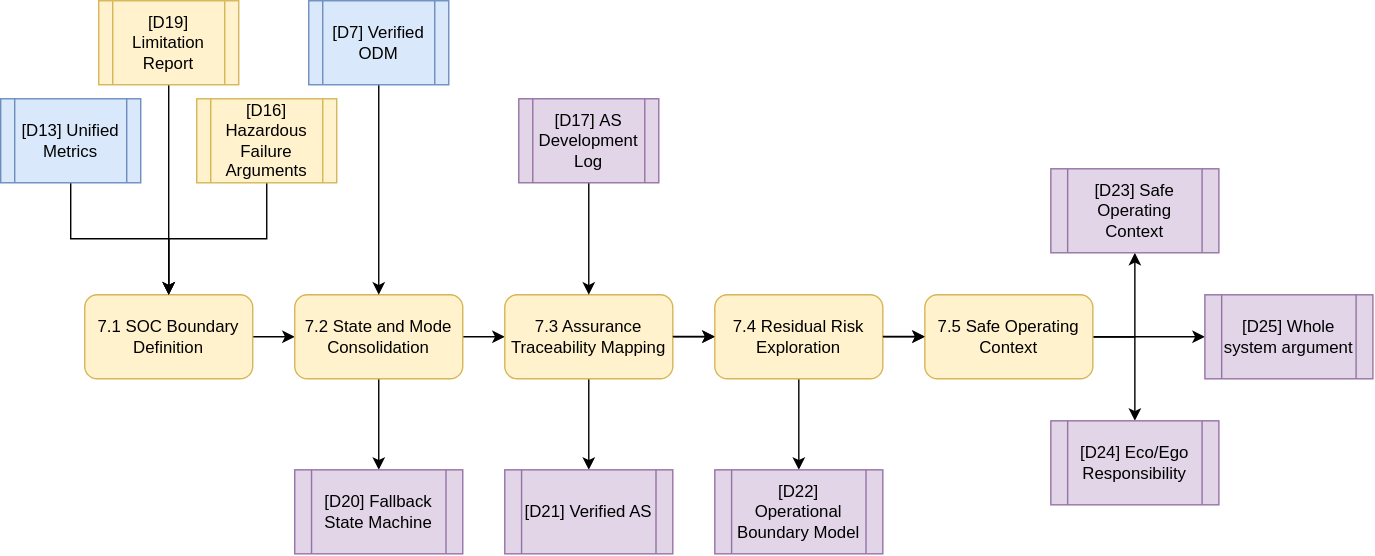
TortoiseFather/sacred-site keeps this draw.io diagram as public/diagrams/step-7.svg. Above is the earlier version. Source tidied: cells renumbered, new cells last; positions are measured from the earlier drawing's top-left corner, leaving out a move shared by most shapes. Its diagram source:
```xml
<mxGraphModel>
  <root>
    <mxCell id="0" />
    <mxCell id="1" parent="0" />
    <mxCell id="2" style="edgeStyle=orthogonalEdgeStyle;rounded=0;jettySize=auto;html=1;" parent="1" edge="1" source="3" target="6">
      <mxGeometry relative="1" as="geometry" />
    </mxCell>
    <mxCell id="3" value="7.1 SOC Boundary Definition" style="rounded=1;whiteSpace=wrap;html=1;fillColor=#fff2cc;strokeColor=#d6b656;" parent="1" vertex="1">
      <mxGeometry x="60" y="210" width="120" height="60" as="geometry" />
    </mxCell>
    <mxCell id="4" style="edgeStyle=orthogonalEdgeStyle;rounded=0;jettySize=auto;html=1;" parent="1" edge="1" source="6" target="9">
      <mxGeometry relative="1" as="geometry" />
    </mxCell>
    <mxCell id="5" style="edgeStyle=orthogonalEdgeStyle;rounded=0;jettySize=auto;html=1;" parent="1" edge="1" source="6" target="32">
      <mxGeometry relative="1" as="geometry" />
    </mxCell>
    <mxCell id="6" value="7.2 State and Mode Consolidation" style="whiteSpace=wrap;html=1;rounded=1;fillColor=#fff2cc;strokeColor=#d6b656;" parent="1" vertex="1">
      <mxGeometry x="210" y="210" width="120" height="60" as="geometry" />
    </mxCell>
    <mxCell id="7" style="edgeStyle=orthogonalEdgeStyle;rounded=0;jettySize=auto;html=1;" parent="1" edge="1" source="9" target="12">
      <mxGeometry relative="1" as="geometry" />
    </mxCell>
    <mxCell id="8" style="edgeStyle=orthogonalEdgeStyle;rounded=0;jettySize=auto;html=1;" parent="1" edge="1" source="9" target="18">
      <mxGeometry relative="1" as="geometry" />
    </mxCell>
    <mxCell id="9" value="7.3 Assurance Traceability Mapping" style="whiteSpace=wrap;html=1;rounded=1;fillColor=#fff2cc;strokeColor=#d6b656;" parent="1" vertex="1">
      <mxGeometry x="360" y="210" width="120" height="60" as="geometry" />
    </mxCell>
    <mxCell id="10" style="edgeStyle=orthogonalEdgeStyle;rounded=0;jettySize=auto;html=1;" parent="1" edge="1" source="12" target="16">
      <mxGeometry relative="1" as="geometry" />
    </mxCell>
    <mxCell id="11" style="edgeStyle=orthogonalEdgeStyle;rounded=0;jettySize=auto;html=1;" parent="1" edge="1" source="12" target="21">
      <mxGeometry relative="1" as="geometry" />
    </mxCell>
    <mxCell id="12" value="7.4 Residual Risk Exploration" style="whiteSpace=wrap;html=1;rounded=1;fillColor=#fff2cc;strokeColor=#d6b656;" parent="1" vertex="1">
      <mxGeometry x="510" y="210" width="120" height="60" as="geometry" />
    </mxCell>
    <mxCell id="13" style="edgeStyle=orthogonalEdgeStyle;rounded=0;jettySize=auto;html=1;" parent="1" edge="1" source="16" target="17">
      <mxGeometry relative="1" as="geometry">
        <Array as="points">
          <mxPoint x="810" y="240" />
        </Array>
      </mxGeometry>
    </mxCell>
    <mxCell id="14" style="edgeStyle=orthogonalEdgeStyle;rounded=0;jettySize=auto;html=1;entryX=0.5;entryY=0;entryDx=0;entryDy=0;" parent="1" edge="1" source="16" target="33">
      <mxGeometry relative="1" as="geometry">
        <Array as="points">
          <mxPoint x="810" y="240" />
        </Array>
      </mxGeometry>
    </mxCell>
    <mxCell id="15" style="edgeStyle=orthogonalEdgeStyle;rounded=0;jettySize=auto;html=1;" parent="1" edge="1" source="16" target="34">
      <mxGeometry relative="1" as="geometry" />
    </mxCell>
    <mxCell id="16" value="7.5 Safe Operating Context" style="whiteSpace=wrap;html=1;rounded=1;fillColor=#fff2cc;strokeColor=#d6b656;" parent="1" vertex="1">
      <mxGeometry x="660" y="210" width="120" height="60" as="geometry" />
    </mxCell>
    <mxCell id="17" value="[D23] Safe Operating Context" style="shape=process;whiteSpace=wrap;html=1;backgroundOutline=1;fillColor=#e1d5e7;strokeColor=#9673a6;" parent="1" vertex="1">
      <mxGeometry x="750" y="120" width="120" height="60" as="geometry" />
    </mxCell>
    <mxCell id="18" value="[D21] Verified AS" style="shape=process;whiteSpace=wrap;html=1;backgroundOutline=1;fillColor=#e1d5e7;strokeColor=#9673a6;" parent="1" vertex="1">
      <mxGeometry x="360" y="335" width="120" height="60" as="geometry" />
    </mxCell>
    <mxCell id="19" style="edgeStyle=orthogonalEdgeStyle;rounded=0;jettySize=auto;html=1;" parent="1" edge="1" source="20" target="9">
      <mxGeometry relative="1" as="geometry" />
    </mxCell>
    <mxCell id="20" value="[D17]&amp;nbsp;AS Development Log" style="shape=process;whiteSpace=wrap;html=1;backgroundOutline=1;fillColor=#e1d5e7;strokeColor=#9673a6;" parent="1" vertex="1">
      <mxGeometry x="370" y="70" width="100" height="60" as="geometry" />
    </mxCell>
    <mxCell id="21" value="[D22] Operational Boundary Model" style="shape=process;whiteSpace=wrap;html=1;backgroundOutline=1;fillColor=#e1d5e7;strokeColor=#9673a6;" parent="1" vertex="1">
      <mxGeometry x="510" y="335" width="120" height="60" as="geometry" />
    </mxCell>
    <mxCell id="22" style="edgeStyle=orthogonalEdgeStyle;rounded=0;orthogonalLoop=1;jettySize=auto;html=1;" parent="1" edge="1">
      <mxGeometry relative="1" as="geometry">
        <mxPoint x="480" y="239.8" as="sourcePoint" />
        <mxPoint x="510" y="239.8" as="targetPoint" />
      </mxGeometry>
    </mxCell>
    <mxCell id="23" style="edgeStyle=orthogonalEdgeStyle;rounded=0;orthogonalLoop=1;jettySize=auto;html=1;" parent="1" edge="1">
      <mxGeometry relative="1" as="geometry">
        <mxPoint x="630" y="239.8" as="sourcePoint" />
        <mxPoint x="660" y="239.8" as="targetPoint" />
      </mxGeometry>
    </mxCell>
    <mxCell id="24" style="edgeStyle=orthogonalEdgeStyle;rounded=0;jettySize=auto;html=1;" parent="1" edge="1" source="25" target="3">
      <mxGeometry relative="1" as="geometry" />
    </mxCell>
    <mxCell id="25" value="[D13] Unified Metrics" style="shape=process;whiteSpace=wrap;html=1;backgroundOutline=1;fillColor=#dae8fc;strokeColor=#6c8ebf;" parent="1" vertex="1">
      <mxGeometry y="70" width="100" height="60" as="geometry" />
    </mxCell>
    <mxCell id="26" style="edgeStyle=orthogonalEdgeStyle;rounded=0;jettySize=auto;html=1;entryX=0.5;entryY=0;entryDx=0;entryDy=0;" parent="1" edge="1" source="27" target="3">
      <mxGeometry relative="1" as="geometry" />
    </mxCell>
    <mxCell id="27" value="[D16] Hazardous Failure Arguments" style="shape=process;whiteSpace=wrap;html=1;backgroundOutline=1;fillColor=#fff2cc;strokeColor=#d6b656;" parent="1" vertex="1">
      <mxGeometry x="140" y="70" width="100" height="60" as="geometry" />
    </mxCell>
    <mxCell id="28" style="edgeStyle=orthogonalEdgeStyle;rounded=0;jettySize=auto;html=1;entryX=0.5;entryY=0;entryDx=0;entryDy=0;" parent="1" edge="1" source="29" target="3">
      <mxGeometry relative="1" as="geometry" />
    </mxCell>
    <mxCell id="29" value="[D19] Limitation Report" style="shape=process;whiteSpace=wrap;html=1;backgroundOutline=1;fillColor=#fff2cc;strokeColor=#d6b656;" parent="1" vertex="1">
      <mxGeometry x="70" width="100" height="60" as="geometry" />
    </mxCell>
    <mxCell id="30" style="edgeStyle=orthogonalEdgeStyle;rounded=0;jettySize=auto;html=1;entryX=0.5;entryY=0;entryDx=0;entryDy=0;" parent="1" edge="1" source="31" target="6">
      <mxGeometry relative="1" as="geometry" />
    </mxCell>
    <mxCell id="31" value="[D7] Verified ODM" style="shape=process;whiteSpace=wrap;html=1;backgroundOutline=1;fillColor=#dae8fc;strokeColor=#6c8ebf;" parent="1" vertex="1">
      <mxGeometry x="220" width="100" height="60" as="geometry" />
    </mxCell>
    <mxCell id="32" value="[D20] Fallback State Machine" style="shape=process;whiteSpace=wrap;html=1;backgroundOutline=1;fillColor=#e1d5e7;strokeColor=#9673a6;" parent="1" vertex="1">
      <mxGeometry x="210" y="335" width="120" height="60" as="geometry" />
    </mxCell>
    <mxCell id="33" value="[D24] Eco/Ego Responsibility" style="shape=process;whiteSpace=wrap;html=1;backgroundOutline=1;fillColor=#e1d5e7;strokeColor=#9673a6;" parent="1" vertex="1">
      <mxGeometry x="750" y="300" width="120" height="60" as="geometry" />
    </mxCell>
    <mxCell id="34" value="[D25] Whole system argument" style="shape=process;whiteSpace=wrap;html=1;backgroundOutline=1;fillColor=#e1d5e7;strokeColor=#9673a6;" parent="1" vertex="1">
      <mxGeometry x="860" y="210" width="120" height="60" as="geometry" />
    </mxCell>
  </root>
</mxGraphModel>
```
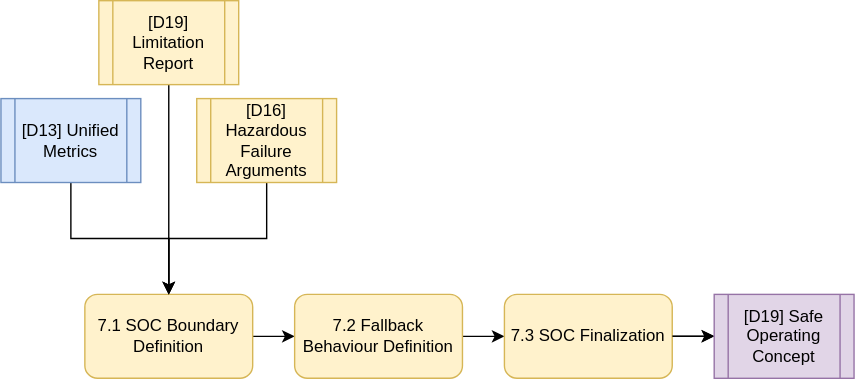
The same diagram one commit later.

Diff of the diagram source:
```diff
@@ -11,77 +11,23 @@
     <mxCell id="4" style="edgeStyle=orthogonalEdgeStyle;rounded=0;jettySize=auto;html=1;" parent="1" edge="1" source="6" target="9">
       <mxGeometry relative="1" as="geometry" />
     </mxCell>
-    <mxCell id="5" style="edgeStyle=orthogonalEdgeStyle;rounded=0;jettySize=auto;html=1;" parent="1" edge="1" source="6" target="32">
-      <mxGeometry relative="1" as="geometry" />
-    </mxCell>
-    <mxCell id="6" value="7.2 State and Mode Consolidation" style="whiteSpace=wrap;html=1;rounded=1;fillColor=#fff2cc;strokeColor=#d6b656;" parent="1" vertex="1">
+    <mxCell id="6" value="7.2 Fallback Behaviour Definition" style="whiteSpace=wrap;html=1;rounded=1;fillColor=#fff2cc;strokeColor=#d6b656;" parent="1" vertex="1">
       <mxGeometry x="210" y="210" width="120" height="60" as="geometry" />
     </mxCell>
-    <mxCell id="7" style="edgeStyle=orthogonalEdgeStyle;rounded=0;jettySize=auto;html=1;" parent="1" edge="1" source="9" target="12">
-      <mxGeometry relative="1" as="geometry" />
+    <mxCell id="7" style="edgeStyle=orthogonalEdgeStyle;rounded=0;jettySize=auto;html=1;" parent="1" edge="1" source="9">
+      <mxGeometry relative="1" as="geometry">
+        <mxPoint x="510" y="240" as="targetPoint" />
+      </mxGeometry>
     </mxCell>
-    <mxCell id="8" style="edgeStyle=orthogonalEdgeStyle;rounded=0;jettySize=auto;html=1;" parent="1" edge="1" source="9" target="18">
-      <mxGeometry relative="1" as="geometry" />
-    </mxCell>
-    <mxCell id="9" value="7.3 Assurance Traceability Mapping" style="whiteSpace=wrap;html=1;rounded=1;fillColor=#fff2cc;strokeColor=#d6b656;" parent="1" vertex="1">
+    <mxCell id="9" value="7.3 SOC Finalization" style="whiteSpace=wrap;html=1;rounded=1;fillColor=#fff2cc;strokeColor=#d6b656;" parent="1" vertex="1">
       <mxGeometry x="360" y="210" width="120" height="60" as="geometry" />
     </mxCell>
-    <mxCell id="10" style="edgeStyle=orthogonalEdgeStyle;rounded=0;jettySize=auto;html=1;" parent="1" edge="1" source="12" target="16">
-      <mxGeometry relative="1" as="geometry" />
-    </mxCell>
-    <mxCell id="11" style="edgeStyle=orthogonalEdgeStyle;rounded=0;jettySize=auto;html=1;" parent="1" edge="1" source="12" target="21">
-      <mxGeometry relative="1" as="geometry" />
-    </mxCell>
-    <mxCell id="12" value="7.4 Residual Risk Exploration" style="whiteSpace=wrap;html=1;rounded=1;fillColor=#fff2cc;strokeColor=#d6b656;" parent="1" vertex="1">
-      <mxGeometry x="510" y="210" width="120" height="60" as="geometry" />
-    </mxCell>
-    <mxCell id="13" style="edgeStyle=orthogonalEdgeStyle;rounded=0;jettySize=auto;html=1;" parent="1" edge="1" source="16" target="17">
-      <mxGeometry relative="1" as="geometry">
-        <Array as="points">
-          <mxPoint x="810" y="240" />
-        </Array>
-      </mxGeometry>
-    </mxCell>
-    <mxCell id="14" style="edgeStyle=orthogonalEdgeStyle;rounded=0;jettySize=auto;html=1;entryX=0.5;entryY=0;entryDx=0;entryDy=0;" parent="1" edge="1" source="16" target="33">
-      <mxGeometry relative="1" as="geometry">
-        <Array as="points">
-          <mxPoint x="810" y="240" />
-        </Array>
-      </mxGeometry>
-    </mxCell>
-    <mxCell id="15" style="edgeStyle=orthogonalEdgeStyle;rounded=0;jettySize=auto;html=1;" parent="1" edge="1" source="16" target="34">
-      <mxGeometry relative="1" as="geometry" />
-    </mxCell>
-    <mxCell id="16" value="7.5 Safe Operating Context" style="whiteSpace=wrap;html=1;rounded=1;fillColor=#fff2cc;strokeColor=#d6b656;" parent="1" vertex="1">
-      <mxGeometry x="660" y="210" width="120" height="60" as="geometry" />
-    </mxCell>
-    <mxCell id="17" value="[D23] Safe Operating Context" style="shape=process;whiteSpace=wrap;html=1;backgroundOutline=1;fillColor=#e1d5e7;strokeColor=#9673a6;" parent="1" vertex="1">
-      <mxGeometry x="750" y="120" width="120" height="60" as="geometry" />
-    </mxCell>
-    <mxCell id="18" value="[D21] Verified AS" style="shape=process;whiteSpace=wrap;html=1;backgroundOutline=1;fillColor=#e1d5e7;strokeColor=#9673a6;" parent="1" vertex="1">
-      <mxGeometry x="360" y="335" width="120" height="60" as="geometry" />
-    </mxCell>
-    <mxCell id="19" style="edgeStyle=orthogonalEdgeStyle;rounded=0;jettySize=auto;html=1;" parent="1" edge="1" source="20" target="9">
-      <mxGeometry relative="1" as="geometry" />
-    </mxCell>
-    <mxCell id="20" value="[D17]&amp;nbsp;AS Development Log" style="shape=process;whiteSpace=wrap;html=1;backgroundOutline=1;fillColor=#e1d5e7;strokeColor=#9673a6;" parent="1" vertex="1">
-      <mxGeometry x="370" y="70" width="100" height="60" as="geometry" />
-    </mxCell>
-    <mxCell id="21" value="[D22] Operational Boundary Model" style="shape=process;whiteSpace=wrap;html=1;backgroundOutline=1;fillColor=#e1d5e7;strokeColor=#9673a6;" parent="1" vertex="1">
-      <mxGeometry x="510" y="335" width="120" height="60" as="geometry" />
-    </mxCell>
     <mxCell id="22" style="edgeStyle=orthogonalEdgeStyle;rounded=0;orthogonalLoop=1;jettySize=auto;html=1;" parent="1" edge="1">
       <mxGeometry relative="1" as="geometry">
         <mxPoint x="480" y="239.8" as="sourcePoint" />
         <mxPoint x="510" y="239.8" as="targetPoint" />
       </mxGeometry>
     </mxCell>
-    <mxCell id="23" style="edgeStyle=orthogonalEdgeStyle;rounded=0;orthogonalLoop=1;jettySize=auto;html=1;" parent="1" edge="1">
-      <mxGeometry relative="1" as="geometry">
-        <mxPoint x="630" y="239.8" as="sourcePoint" />
-        <mxPoint x="660" y="239.8" as="targetPoint" />
-      </mxGeometry>
-    </mxCell>
     <mxCell id="24" style="edgeStyle=orthogonalEdgeStyle;rounded=0;jettySize=auto;html=1;" parent="1" edge="1" source="25" target="3">
       <mxGeometry relative="1" as="geometry" />
     </mxCell>
@@ -100,20 +46,8 @@
     <mxCell id="29" value="[D19] Limitation Report" style="shape=process;whiteSpace=wrap;html=1;backgroundOutline=1;fillColor=#fff2cc;strokeColor=#d6b656;" parent="1" vertex="1">
       <mxGeometry x="70" width="100" height="60" as="geometry" />
     </mxCell>
-    <mxCell id="30" style="edgeStyle=orthogonalEdgeStyle;rounded=0;jettySize=auto;html=1;entryX=0.5;entryY=0;entryDx=0;entryDy=0;" parent="1" edge="1" source="31" target="6">
-      <mxGeometry relative="1" as="geometry" />
-    </mxCell>
-    <mxCell id="31" value="[D7] Verified ODM" style="shape=process;whiteSpace=wrap;html=1;backgroundOutline=1;fillColor=#dae8fc;strokeColor=#6c8ebf;" parent="1" vertex="1">
-      <mxGeometry x="220" width="100" height="60" as="geometry" />
-    </mxCell>
-    <mxCell id="32" value="[D20] Fallback State Machine" style="shape=process;whiteSpace=wrap;html=1;backgroundOutline=1;fillColor=#e1d5e7;strokeColor=#9673a6;" parent="1" vertex="1">
-      <mxGeometry x="210" y="335" width="120" height="60" as="geometry" />
-    </mxCell>
-    <mxCell id="33" value="[D24] Eco/Ego Responsibility" style="shape=process;whiteSpace=wrap;html=1;backgroundOutline=1;fillColor=#e1d5e7;strokeColor=#9673a6;" parent="1" vertex="1">
-      <mxGeometry x="750" y="300" width="120" height="60" as="geometry" />
-    </mxCell>
-    <mxCell id="34" value="[D25] Whole system argument" style="shape=process;whiteSpace=wrap;html=1;backgroundOutline=1;fillColor=#e1d5e7;strokeColor=#9673a6;" parent="1" vertex="1">
-      <mxGeometry x="860" y="210" width="120" height="60" as="geometry" />
-    </mxCell>
+    <mxCell id="35" value="[D19] Safe Operating Concept" style="shape=process;whiteSpace=wrap;html=1;backgroundOutline=1;fillColor=#e1d5e7;strokeColor=#9673a6;" parent="1" vertex="1">
+      <mxGeometry x="510" y="210" width="100" height="60" as="geometry" />
+    </mxCell>
   </root>
 </mxGraphModel>
```
